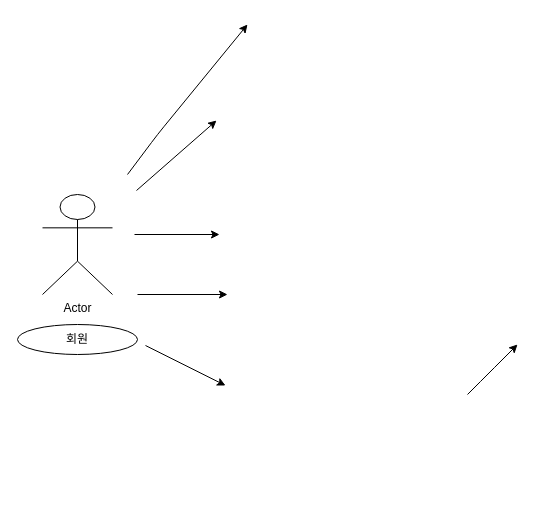
Above: Untitled Diagram.drawio in zooragi/bitcamp-team5 (draw.io), before the change. Source tidied: cells renumbered, new cells numbered last; positions are measured from the earlier drawing's top-left corner, leaving out a move shared by most shapes. Both pictures are drawn from the tidied source at 100%, with x=0, y=0 at pixel (17, 24).
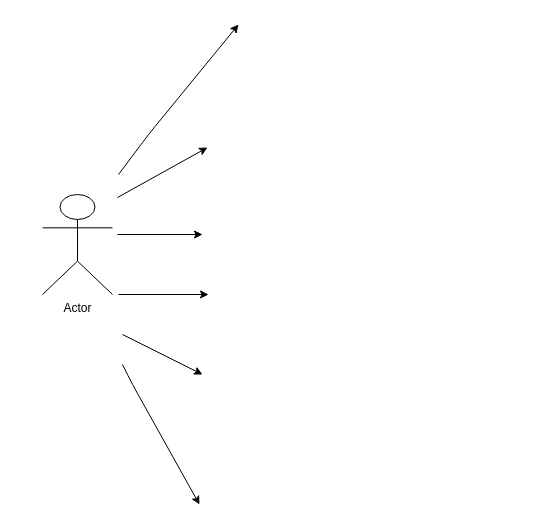
The same diagram, later.

The edit, as a diff of the source:
```diff
@@
 <mxGraphModel>
   <root>
     <mxCell id="0" />
     <mxCell id="1" parent="0" />
     <mxCell id="2" value="Actor" style="shape=umlActor;verticalLabelPosition=bottom;verticalAlign=top;html=1;" parent="1" vertex="1">
       <mxGeometry x="25" y="170" width="70" height="100" as="geometry" />
     </mxCell>
-    <mxCell id="3" value="회원" style="ellipse;whiteSpace=wrap;html=1;" parent="1" vertex="1">
-      <mxGeometry y="300" width="120" height="30" as="geometry" />
-    </mxCell>
     <mxCell id="4" style="endArrow=classic;html=1;" parent="1" edge="1">
       <mxGeometry relative="1" as="geometry">
-        <mxPoint x="119" y="166" as="sourcePoint" />
-        <mxPoint x="199" y="96" as="targetPoint" />
+        <mxPoint x="100" y="173" as="sourcePoint" />
+        <mxPoint x="190" y="123" as="targetPoint" />
       </mxGeometry>
     </mxCell>
     <mxCell id="5" style="endArrow=classic;html=1;" parent="1" edge="1">
       <mxGeometry relative="1" as="geometry">
-        <mxPoint x="117" y="210" as="sourcePoint" />
-        <mxPoint x="202" y="210" as="targetPoint" />
+        <mxPoint x="100" y="210" as="sourcePoint" />
+        <mxPoint x="185" y="210" as="targetPoint" />
       </mxGeometry>
     </mxCell>
     <mxCell id="6" style="endArrow=classic;html=1;" parent="1" edge="1">
       <mxGeometry relative="1" as="geometry">
-        <mxPoint x="128" y="321" as="sourcePoint" />
-        <mxPoint x="208" y="361" as="targetPoint" />
+        <mxPoint x="105" y="310" as="sourcePoint" />
+        <mxPoint x="185" y="350" as="targetPoint" />
       </mxGeometry>
     </mxCell>
     <mxCell id="7" style="endArrow=classic;html=1;" parent="1" edge="1">
       <mxGeometry relative="1" as="geometry">
-        <mxPoint x="120" y="270" as="sourcePoint" />
-        <mxPoint x="210" y="270" as="targetPoint" />
+        <mxPoint x="101" y="270" as="sourcePoint" />
+        <mxPoint x="191" y="270" as="targetPoint" />
       </mxGeometry>
     </mxCell>
     <mxCell id="8" style="endArrow=classic;html=1;" parent="1" edge="1">
       <mxGeometry relative="1" as="geometry">
-        <mxPoint x="110" y="150" as="sourcePoint" />
-        <mxPoint x="230" as="targetPoint" />
+        <mxPoint x="101" y="150" as="sourcePoint" />
+        <mxPoint x="221" as="targetPoint" />
         <Array as="points">
-          <mxPoint x="140" y="110" />
+          <mxPoint x="131" y="110" />
         </Array>
       </mxGeometry>
     </mxCell>
     <mxCell id="9" style="endArrow=classic;html=1;" parent="1" edge="1">
       <mxGeometry relative="1" as="geometry">
-        <mxPoint x="450" y="370" as="sourcePoint" />
-        <mxPoint x="500" y="320" as="targetPoint" />
+        <mxPoint x="105" y="340" as="sourcePoint" />
+        <mxPoint x="182" y="480" as="targetPoint" />
         <Array as="points">
-          <mxPoint x="470" y="350" />
+          <mxPoint x="115" y="360" />
         </Array>
       </mxGeometry>
     </mxCell>
   </root>
 </mxGraphModel>
```
